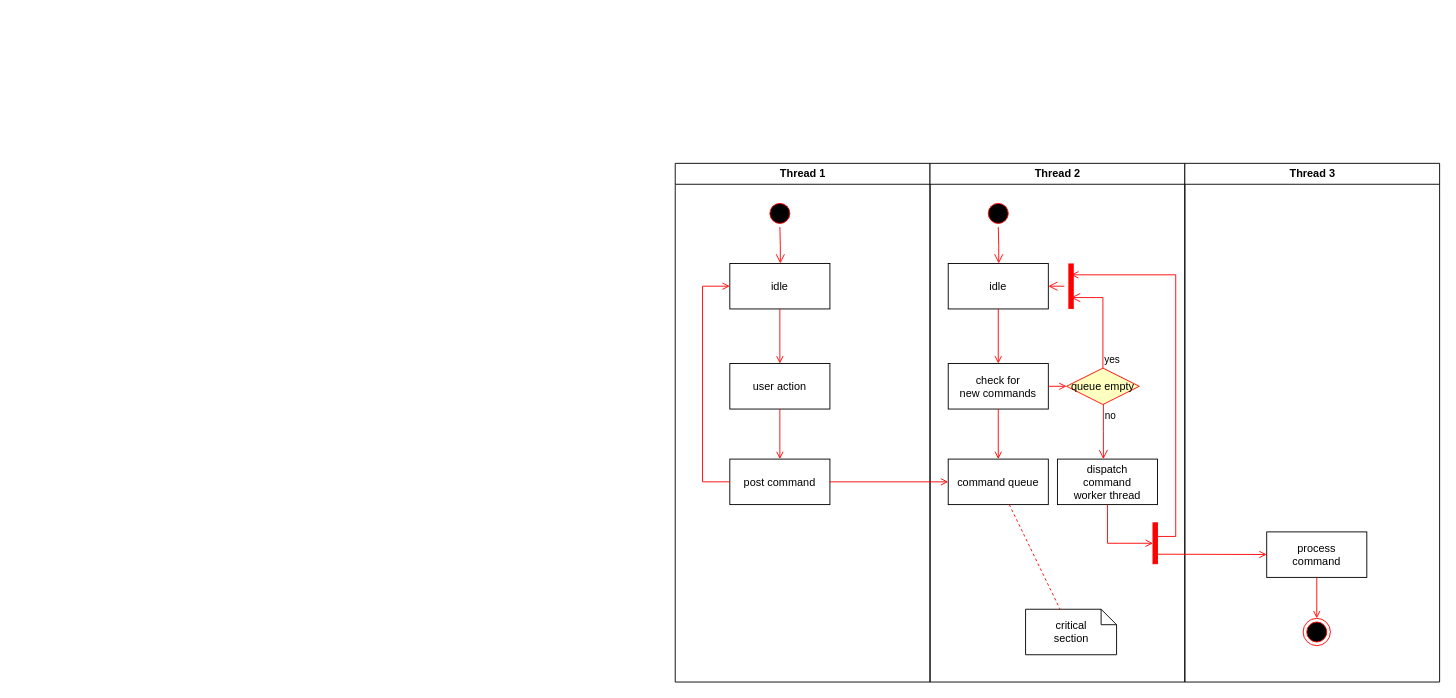
This is GR_Flowchart.drawio from chengkahohk/ZPHK_GR_workflow, a draw.io file, before an edit. Source tidied: cells renumbered, new cells numbered last; positions are measured from the earlier drawing's top-left corner, leaving out a move shared by most shapes. Both pictures are drawn from the tidied source at 91%, with x=0, y=0 at pixel (674, 163).
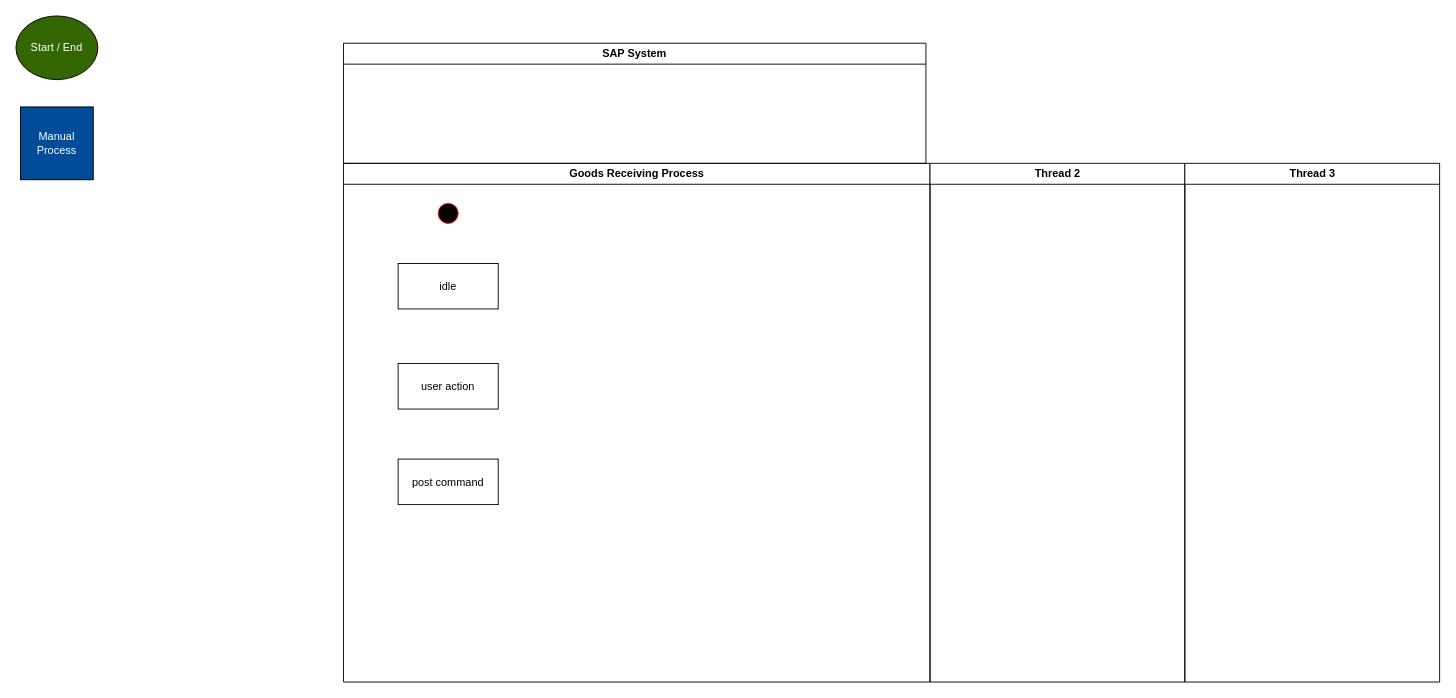
After the change.

The change refers to these unchanged cells:
```xml
<mxCell id="3" style="ellipse;shape=startState;fillColor=#000000;strokeColor=#ff0000;" parent="2" vertex="1">
  <mxGeometry x="100" y="40" width="30" height="30" as="geometry" />
</mxCell>
<mxCell id="5" value="idle" parent="2" vertex="1">
  <mxGeometry x="60" y="110" width="110" height="50" as="geometry" />
</mxCell>
<mxCell id="6" value="user action" parent="2" vertex="1">
  <mxGeometry x="60" y="220" width="110" height="50" as="geometry" />
</mxCell>
<mxCell id="8" value="post command" parent="2" vertex="1">
  <mxGeometry x="60" y="325" width="110" height="50" as="geometry" />
</mxCell>
<mxCell id="11" value="Thread 2" style="swimlane;whiteSpace=wrap;" parent="1" vertex="1">
  <mxGeometry x="280.5" width="280" height="570" as="geometry" />
</mxCell>
<mxCell id="30" value="Thread 3" style="swimlane;whiteSpace=wrap;" parent="1" vertex="1">
  <mxGeometry x="560.5" width="280" height="570" as="geometry" />
</mxCell>
```

Change to the diagram source:
```diff
@@
-    <mxCell id="2" value="Thread 1" style="swimlane;whiteSpace=wrap;" parent="1" vertex="1">
-      <mxGeometry x="0.5" width="280" height="570" as="geometry" />
+    <mxCell id="2" value="Goods Receiving Process" style="swimlane;whiteSpace=wrap;" parent="1" vertex="1">
+      <mxGeometry x="-364" width="644.5" height="570" as="geometry" />
     </mxCell>
@@
-    <mxCell id="4" style="edgeStyle=elbowEdgeStyle;elbow=horizontal;verticalAlign=bottom;endArrow=open;endSize=8;strokeColor=#FF0000;endFill=1;rounded=0;" parent="2" edge="1" source="3" target="5">
-      <mxGeometry x="100" y="40" as="geometry" />
-    </mxCell>
@@
-    <mxCell id="7" style="endArrow=open;strokeColor=#FF0000;endFill=1;rounded=0;" parent="2" edge="1" source="5" target="6">
-      <mxGeometry relative="1" as="geometry" />
-    </mxCell>
@@
-    <mxCell id="9" style="endArrow=open;strokeColor=#FF0000;endFill=1;rounded=0;" parent="2" edge="1" source="6" target="8">
-      <mxGeometry relative="1" as="geometry" />
-    </mxCell>
-    <mxCell id="10" style="edgeStyle=elbowEdgeStyle;elbow=horizontal;strokeColor=#FF0000;endArrow=open;endFill=1;rounded=0;" parent="2" edge="1" source="8" target="5">
-      <mxGeometry relative="1" as="geometry">
-        <Array as="points">
-          <mxPoint x="30" y="250" />
-        </Array>
-      </mxGeometry>
-    </mxCell>
@@
-    <mxCell id="12" style="ellipse;shape=startState;fillColor=#000000;strokeColor=#ff0000;" parent="11" vertex="1">
-      <mxGeometry x="60" y="40" width="30" height="30" as="geometry" />
-    </mxCell>
-    <mxCell id="13" style="edgeStyle=elbowEdgeStyle;elbow=horizontal;verticalAlign=bottom;endArrow=open;endSize=8;strokeColor=#FF0000;endFill=1;rounded=0;" parent="11" edge="1" source="12" target="14">
-      <mxGeometry x="40" y="20" as="geometry" />
-    </mxCell>
-    <mxCell id="14" value="idle" parent="11" vertex="1">
-      <mxGeometry x="20" y="110" width="110" height="50" as="geometry" />
-    </mxCell>
-    <mxCell id="15" value="check for &#10;new commands" parent="11" vertex="1">
-      <mxGeometry x="20" y="220" width="110" height="50" as="geometry" />
-    </mxCell>
-    <mxCell id="16" style="endArrow=open;strokeColor=#FF0000;endFill=1;rounded=0;" parent="11" edge="1" source="14" target="15">
-      <mxGeometry relative="1" as="geometry" />
-    </mxCell>
-    <mxCell id="17" value="command queue" parent="11" vertex="1">
-      <mxGeometry x="20" y="325" width="110" height="50" as="geometry" />
-    </mxCell>
-    <mxCell id="18" style="endArrow=open;strokeColor=#FF0000;endFill=1;rounded=0;" parent="11" edge="1" source="15" target="17">
-      <mxGeometry relative="1" as="geometry" />
-    </mxCell>
-    <mxCell id="19" value="queue empty" style="rhombus;fillColor=#ffffc0;strokeColor=#ff0000;" parent="11" vertex="1">
-      <mxGeometry x="150" y="225" width="80" height="40" as="geometry" />
-    </mxCell>
-    <mxCell id="20" value="yes" style="edgeStyle=elbowEdgeStyle;elbow=horizontal;align=left;verticalAlign=bottom;endArrow=open;endSize=8;strokeColor=#FF0000;exitX=0.5;exitY=0;endFill=1;rounded=0;entryX=0.75;entryY=0.5;entryPerimeter=0;" parent="11" edge="1" source="19" target="23">
-      <mxGeometry x="-1" relative="1" as="geometry">
-        <Array as="points">
-          <mxPoint x="190" y="180" />
-        </Array>
-      </mxGeometry>
-    </mxCell>
-    <mxCell id="21" value="no" style="edgeStyle=elbowEdgeStyle;elbow=horizontal;align=left;verticalAlign=top;endArrow=open;endSize=8;strokeColor=#FF0000;endFill=1;rounded=0;" parent="11" edge="1" source="19" target="25">
-      <mxGeometry x="-1" relative="1" as="geometry" />
-    </mxCell>
-    <mxCell id="22" style="endArrow=open;strokeColor=#FF0000;endFill=1;rounded=0;" parent="11" edge="1" source="15" target="19">
-      <mxGeometry relative="1" as="geometry" />
-    </mxCell>
-    <mxCell id="23" style="shape=line;strokeWidth=6;strokeColor=#ff0000;rotation=90;" parent="11" vertex="1">
-      <mxGeometry x="130" y="127.5" width="50" height="15" as="geometry" />
-    </mxCell>
-    <mxCell id="24" style="edgeStyle=elbowEdgeStyle;elbow=horizontal;verticalAlign=bottom;endArrow=open;endSize=8;strokeColor=#FF0000;endFill=1;rounded=0;" parent="11" edge="1" source="23" target="14">
-      <mxGeometry x="130" y="90" as="geometry" />
-    </mxCell>
-    <mxCell id="25" value="dispatch&#10;command&#10;worker thread" parent="11" vertex="1">
-      <mxGeometry x="140" y="325" width="110" height="50" as="geometry" />
-    </mxCell>
-    <mxCell id="26" value="critical&#10;section" style="shape=note;whiteSpace=wrap;size=17;" parent="11" vertex="1">
-      <mxGeometry x="105" y="490" width="100" height="50" as="geometry" />
-    </mxCell>
-    <mxCell id="27" style="endArrow=none;strokeColor=#FF0000;endFill=0;rounded=0;dashed=1;" parent="11" edge="1" source="17" target="26">
-      <mxGeometry relative="1" as="geometry" />
-    </mxCell>
-    <mxCell id="28" style="whiteSpace=wrap;strokeColor=#FF0000;fillColor=#FF0000;" parent="11" vertex="1">
-      <mxGeometry x="245" y="395" width="5" height="45" as="geometry" />
-    </mxCell>
-    <mxCell id="29" style="edgeStyle=elbowEdgeStyle;elbow=horizontal;entryX=0;entryY=0.5;strokeColor=#FF0000;endArrow=open;endFill=1;rounded=0;" parent="11" edge="1" source="25" target="28">
-      <mxGeometry relative="1" as="geometry">
-        <Array as="points">
-          <mxPoint x="195" y="400" />
-        </Array>
-      </mxGeometry>
-    </mxCell>
@@
-    <mxCell id="31" value="process&#10;command" parent="30" vertex="1">
-      <mxGeometry x="90" y="405" width="110" height="50" as="geometry" />
-    </mxCell>
-    <mxCell id="32" style="edgeStyle=elbowEdgeStyle;elbow=horizontal;strokeColor=#FF0000;endArrow=open;endFill=1;rounded=0;entryX=0.25;entryY=0.5;entryPerimeter=0;" parent="30" edge="1" target="23">
-      <mxGeometry relative="1" as="geometry">
-        <mxPoint x="-30" y="410" as="sourcePoint" />
-        <Array as="points">
-          <mxPoint x="-10" y="135" />
-        </Array>
-      </mxGeometry>
-    </mxCell>
-    <mxCell id="33" style="edgeStyle=none;strokeColor=#FF0000;endArrow=open;endFill=1;rounded=0;" parent="30" edge="1" target="31">
-      <mxGeometry relative="1" as="geometry">
-        <mxPoint x="-30" y="429.5" as="sourcePoint" />
-      </mxGeometry>
-    </mxCell>
-    <mxCell id="34" style="ellipse;shape=endState;fillColor=#000000;strokeColor=#ff0000;" parent="30" vertex="1">
-      <mxGeometry x="130" y="500" width="30" height="30" as="geometry" />
-    </mxCell>
-    <mxCell id="35" style="endArrow=open;strokeColor=#FF0000;endFill=1;rounded=0;" parent="30" edge="1" source="31" target="34">
-      <mxGeometry relative="1" as="geometry" />
-    </mxCell>
-    <mxCell id="36" style="endArrow=open;strokeColor=#FF0000;endFill=1;rounded=0;" parent="1" edge="1" source="8" target="17">
-      <mxGeometry relative="1" as="geometry" />
-    </mxCell>
+    <mxCell id="37" value="SAP System" style="swimlane;whiteSpace=wrap;" parent="1" vertex="1">
+      <mxGeometry x="-364" y="-132" width="640" height="132" as="geometry" />
+    </mxCell>
+    <mxCell id="38" value="Start / End" style="ellipse;whiteSpace=wrap;html=1;fillColor=#336600;fontColor=#FFFFFF;" parent="1" vertex="1">
+      <mxGeometry x="-724" y="-162" width="90" height="70" as="geometry" />
+    </mxCell>
+    <mxCell id="39" value="Manual Process" style="whiteSpace=wrap;html=1;fillColor=#004C99;fontColor=#FFFFFF;" parent="1" vertex="1">
+      <mxGeometry x="-719" y="-62" width="80" height="80" as="geometry" />
+    </mxCell>
```
